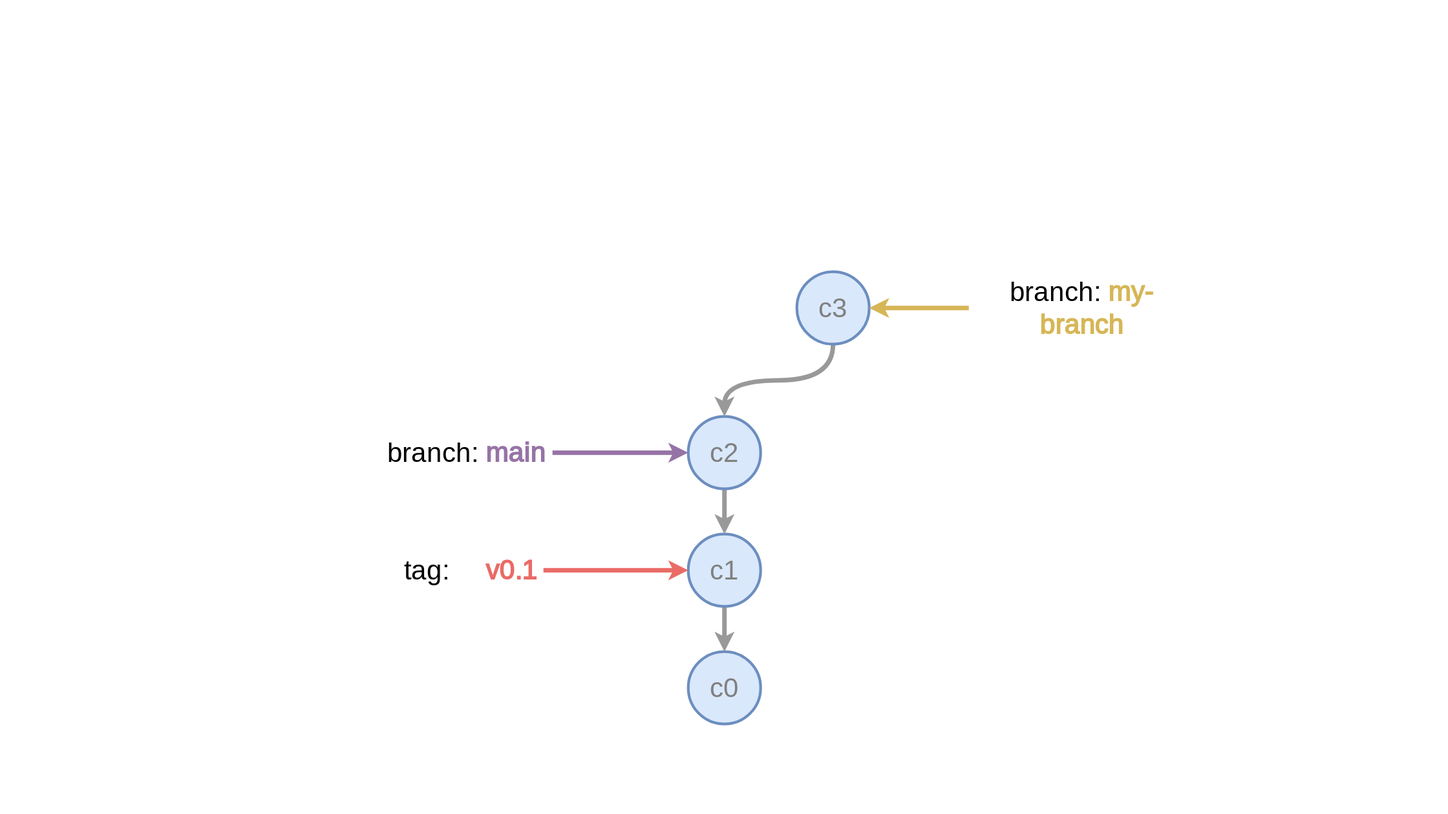
Above: public/tags-and-branches-branch.svg in tvannoy/intro-to-git (draw.io), before the change. Source tidied: cells renumbered, new cells last; positions are measured from the earlier drawing's top-left corner, leaving out a move shared by most shapes.
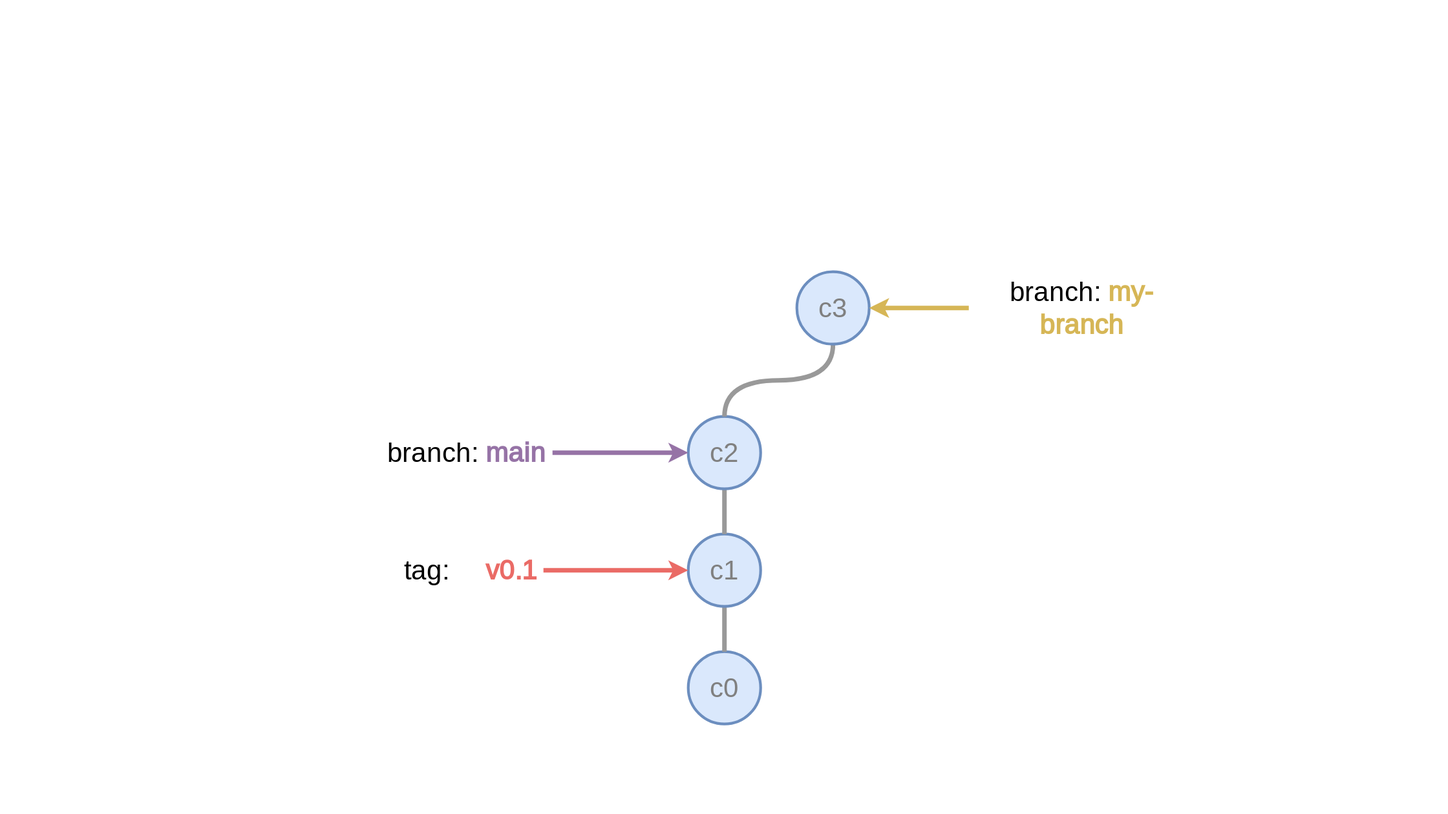
The same file after the commit.

The edit, as a diff of the source:
```diff
@@ -5,13 +5,13 @@
     <mxCell id="2" value="c0" style="ellipse;whiteSpace=wrap;html=1;fillColor=#dae8fc;strokeColor=#6c8ebf;strokeWidth=3;fontSize=30;fontFamily=Source Sans Pro;fontSource=https%3A%2F%2Ffonts.googleapis.com%2Fcss%3Ffamily%3DSource%2BSans%2BPro;fontColor=#808080;" parent="1" vertex="1">
       <mxGeometry x="340" y="420" width="80" height="80" as="geometry" />
     </mxCell>
-    <mxCell id="3" style="edgeStyle=orthogonalEdgeStyle;curved=1;jettySize=auto;html=1;exitX=0.5;exitY=1;exitDx=0;exitDy=0;entryX=0.5;entryY=0;entryDx=0;entryDy=0;strokeColor=#999999;strokeWidth=5;fontFamily=Source Sans Pro;fontSource=https%3A%2F%2Ffonts.googleapis.com%2Fcss%3Ffamily%3DSource%2BSans%2BPro;fontSize=50;" parent="1" edge="1" source="4" target="2">
+    <mxCell id="3" style="edgeStyle=orthogonalEdgeStyle;curved=1;jettySize=auto;html=1;exitX=0.5;exitY=1;exitDx=0;exitDy=0;entryX=0.5;entryY=0;entryDx=0;entryDy=0;strokeColor=#999999;strokeWidth=5;fontFamily=Source Sans Pro;fontSource=https%3A%2F%2Ffonts.googleapis.com%2Fcss%3Ffamily%3DSource%2BSans%2BPro;fontSize=50;endArrow=none;endFill=0;" parent="1" edge="1" source="4" target="2">
       <mxGeometry relative="1" as="geometry" />
     </mxCell>
     <mxCell id="4" value="&lt;span style=&quot;color: rgb(128, 128, 128); font-family: &amp;quot;Source Sans Pro&amp;quot;; font-size: 30px;&quot;&gt;c1&lt;/span&gt;" style="ellipse;whiteSpace=wrap;html=1;fillColor=#dae8fc;strokeColor=#6c8ebf;strokeWidth=3;fontSize=12;fontFamily=Helvetica;fontSource=https%3A%2F%2Ffonts.googleapis.com%2Fcss%3Ffamily%3DSource%2BSans%2BPro;" parent="1" vertex="1">
       <mxGeometry x="340" y="290" width="80" height="80" as="geometry" />
     </mxCell>
-    <mxCell id="5" style="edgeStyle=orthogonalEdgeStyle;curved=1;jettySize=auto;html=1;exitX=0.5;exitY=1;exitDx=0;exitDy=0;entryX=0.5;entryY=0;entryDx=0;entryDy=0;strokeColor=#999999;strokeWidth=5;fontFamily=Source Sans Pro;fontSource=https%3A%2F%2Ffonts.googleapis.com%2Fcss%3Ffamily%3DSource%2BSans%2BPro;fontSize=50;" parent="1" edge="1" source="6" target="4">
+    <mxCell id="5" style="edgeStyle=orthogonalEdgeStyle;curved=1;jettySize=auto;html=1;exitX=0.5;exitY=1;exitDx=0;exitDy=0;entryX=0.5;entryY=0;entryDx=0;entryDy=0;strokeColor=#999999;strokeWidth=5;fontFamily=Source Sans Pro;fontSource=https%3A%2F%2Ffonts.googleapis.com%2Fcss%3Ffamily%3DSource%2BSans%2BPro;fontSize=50;endArrow=none;endFill=0;" parent="1" edge="1" source="6" target="4">
       <mxGeometry relative="1" as="geometry" />
     </mxCell>
     <mxCell id="6" value="&lt;span style=&quot;color: rgb(128, 128, 128); font-family: &amp;quot;Source Sans Pro&amp;quot;; font-size: 30px;&quot;&gt;c2&lt;/span&gt;" style="ellipse;whiteSpace=wrap;html=1;fillColor=#dae8fc;strokeColor=#6c8ebf;strokeWidth=3;" parent="1" vertex="1">
@@ -25,7 +25,7 @@
     <mxCell id="8" value="&lt;span style=&quot;font-weight: normal;&quot;&gt;&lt;font color=&quot;#000000&quot;&gt;branch:&lt;/font&gt; &lt;/span&gt;main" style="text;html=1;strokeColor=none;fillColor=none;align=center;verticalAlign=middle;whiteSpace=wrap;rounded=0;strokeWidth=6;fontFamily=Source Sans Pro;fontSource=https%3A%2F%2Ffonts.googleapis.com%2Fcss%3Ffamily%3DSource%2BSans%2BPro;fontSize=30;fontColor=#9673A6;fontStyle=1;" parent="1" vertex="1">
       <mxGeometry y="185" width="190" height="30" as="geometry" />
     </mxCell>
-    <mxCell id="9" style="edgeStyle=orthogonalEdgeStyle;curved=1;jettySize=auto;html=1;exitX=0.5;exitY=1;exitDx=0;exitDy=0;entryX=0.5;entryY=0;entryDx=0;entryDy=0;strokeColor=#999999;strokeWidth=5;fontFamily=Source Sans Pro;fontSource=https%3A%2F%2Ffonts.googleapis.com%2Fcss%3Ffamily%3DSource%2BSans%2BPro;fontSize=30;fontColor=#000000;" parent="1" edge="1" source="10" target="6">
+    <mxCell id="9" style="edgeStyle=orthogonalEdgeStyle;curved=1;jettySize=auto;html=1;exitX=0.5;exitY=1;exitDx=0;exitDy=0;entryX=0.5;entryY=0;entryDx=0;entryDy=0;strokeColor=#999999;strokeWidth=5;fontFamily=Source Sans Pro;fontSource=https%3A%2F%2Ffonts.googleapis.com%2Fcss%3Ffamily%3DSource%2BSans%2BPro;fontSize=30;fontColor=#000000;endArrow=none;endFill=0;" parent="1" edge="1" source="10" target="6">
       <mxGeometry relative="1" as="geometry" />
     </mxCell>
     <mxCell id="10" value="&lt;span style=&quot;color: rgb(128, 128, 128); font-family: &amp;quot;Source Sans Pro&amp;quot;; font-size: 30px;&quot;&gt;c3&lt;/span&gt;" style="ellipse;whiteSpace=wrap;html=1;fillColor=#dae8fc;strokeColor=#6c8ebf;strokeWidth=3;" parent="1" vertex="1">
```
